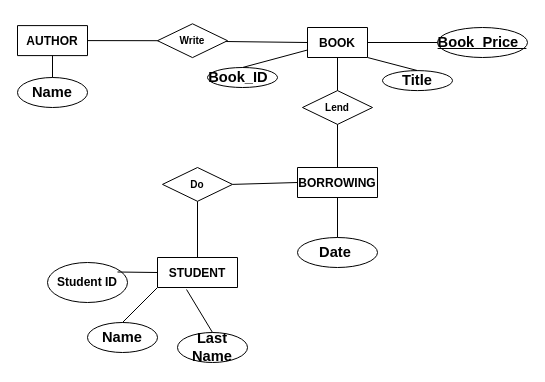
Above: Untitled Diagram.drawio in tatyajh/kentActivities (draw.io), before the change. Source tidied: cells renumbered, new cells numbered last; positions are measured from the earlier drawing's top-left corner, leaving out a move shared by most shapes. Both pictures are drawn from the tidied source at 100%, with x=0, y=0 at pixel (17, 23).
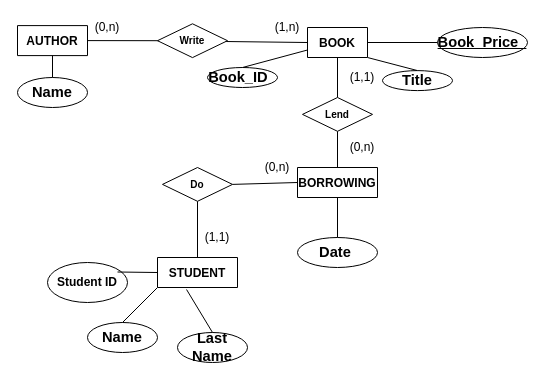
The same diagram, later.

What changed in the source:
```diff
@@
     <mxCell id="25" value="&lt;font face=&quot;calibri, sans-serif&quot;&gt;&lt;span style=&quot;font-size: 10px&quot;&gt;&lt;b&gt;Lend&lt;/b&gt;&lt;/span&gt;&lt;/font&gt;" style="shape=rhombus;perimeter=rhombusPerimeter;whiteSpace=wrap;html=1;align=center;" parent="1" vertex="1">
-      <mxGeometry x="285" y="67.1" width="70" height="33.8" as="geometry" />
+      <mxGeometry x="285" y="74" width="70" height="33.8" as="geometry" />
     </mxCell>
@@
+    <mxCell id="32" value="(0,n)" style="text;html=1;strokeColor=none;fillColor=none;align=center;verticalAlign=middle;whiteSpace=wrap;rounded=0;fontFamily=Helvetica;" parent="1" vertex="1">
+      <mxGeometry x="70" y="-6" width="40" height="20" as="geometry" />
+    </mxCell>
+    <mxCell id="33" value="(1,n)" style="text;html=1;strokeColor=none;fillColor=none;align=center;verticalAlign=middle;whiteSpace=wrap;rounded=0;fontFamily=Helvetica;" parent="1" vertex="1">
+      <mxGeometry x="250" y="-6" width="40" height="20" as="geometry" />
+    </mxCell>
+    <mxCell id="34" value="(0,n)" style="text;html=1;strokeColor=none;fillColor=none;align=center;verticalAlign=middle;whiteSpace=wrap;rounded=0;fontFamily=Helvetica;" parent="1" vertex="1">
+      <mxGeometry x="325" y="114" width="40" height="20" as="geometry" />
+    </mxCell>
+    <mxCell id="35" value="(1,1)" style="text;html=1;strokeColor=none;fillColor=none;align=center;verticalAlign=middle;whiteSpace=wrap;rounded=0;fontFamily=Helvetica;" parent="1" vertex="1">
+      <mxGeometry x="325" y="44" width="40" height="20" as="geometry" />
+    </mxCell>
+    <mxCell id="36" value="(0,n)" style="text;html=1;strokeColor=none;fillColor=none;align=center;verticalAlign=middle;whiteSpace=wrap;rounded=0;fontFamily=Helvetica;" parent="1" vertex="1">
+      <mxGeometry x="240" y="134" width="40" height="20" as="geometry" />
+    </mxCell>
+    <mxCell id="37" value="(1,1)" style="text;html=1;strokeColor=none;fillColor=none;align=center;verticalAlign=middle;whiteSpace=wrap;rounded=0;fontFamily=Helvetica;" parent="1" vertex="1">
+      <mxGeometry x="180" y="204" width="40" height="20" as="geometry" />
+    </mxCell>
```
